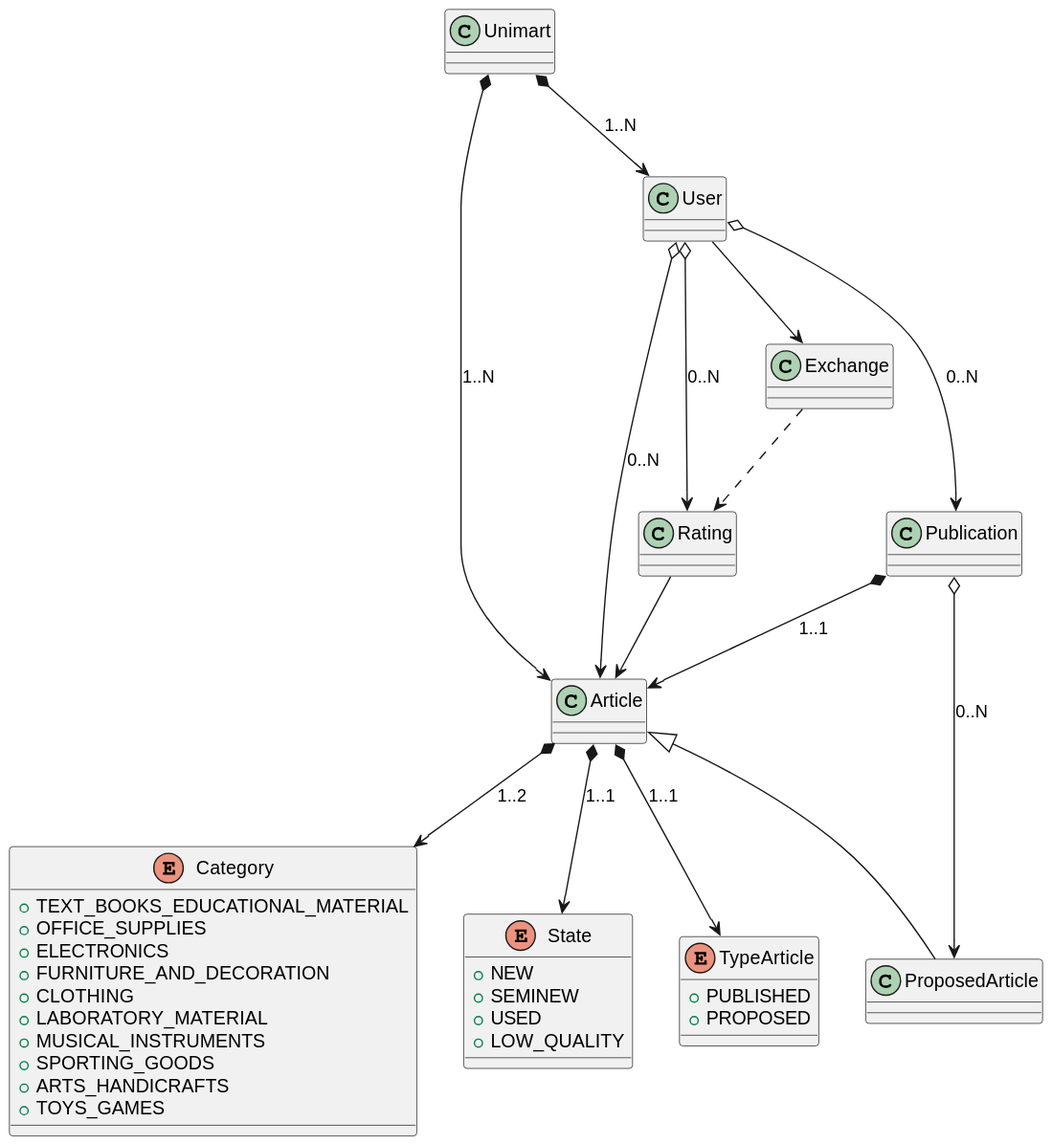
The PlantUML diagram images/docs/0-domain-model/domain-model.svg in vfred0/unimart-requirements, before a commit.
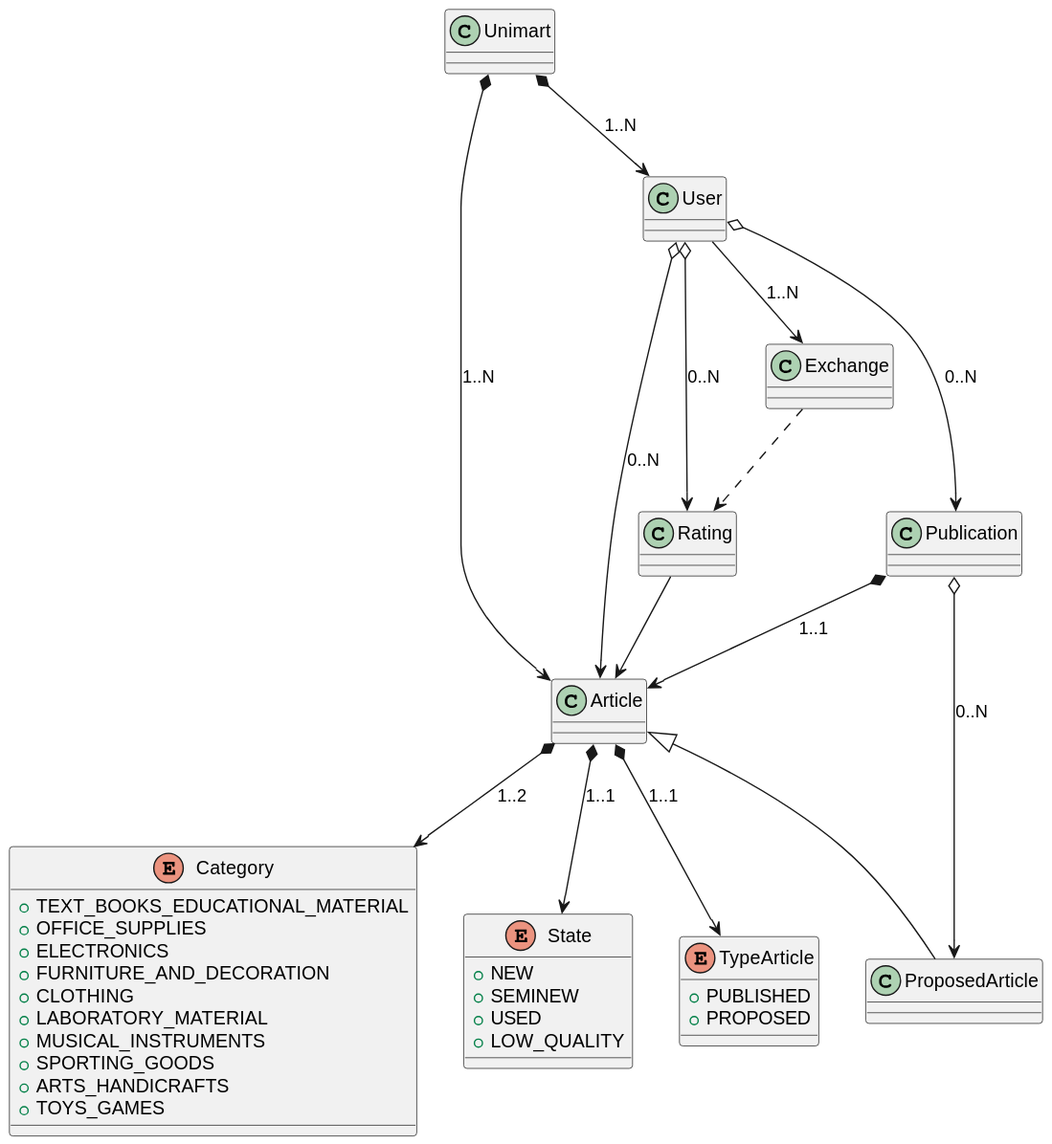
After the change.

Commit message:
Update domain model

Diff of the diagram source:
```diff
@@ -47,7 +47,7 @@
 aggregationRelation(User, Rating,  ZERO_TO_MANY)
 aggregationRelation(User, Article, ZERO_TO_MANY)
 aggregationRelation(User, Publication, ZERO_TO_MANY)
-associationRelation(User, Exchange, EMPTY)
+associationRelation(User, Exchange, ONE_TO_MANY)
 useRelation(Exchange, Rating, EMPTY)
 associationRelation(Rating, Article, EMPTY)
 compositionRelation(Article, Category, ONE_TO_TWO)
```
